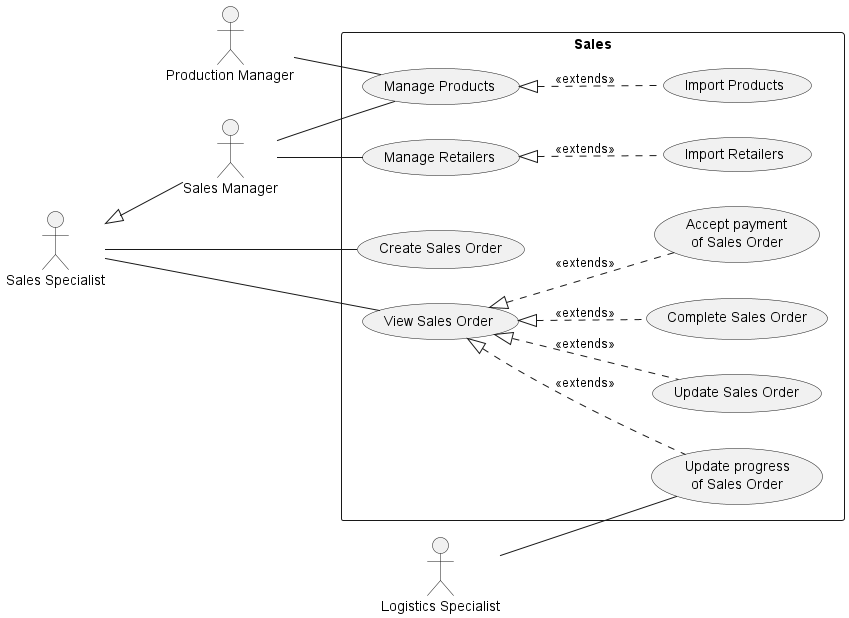
The PlantUML diagram use-cases/Sales.png in phihungha/scmss-reqs, before a commit.
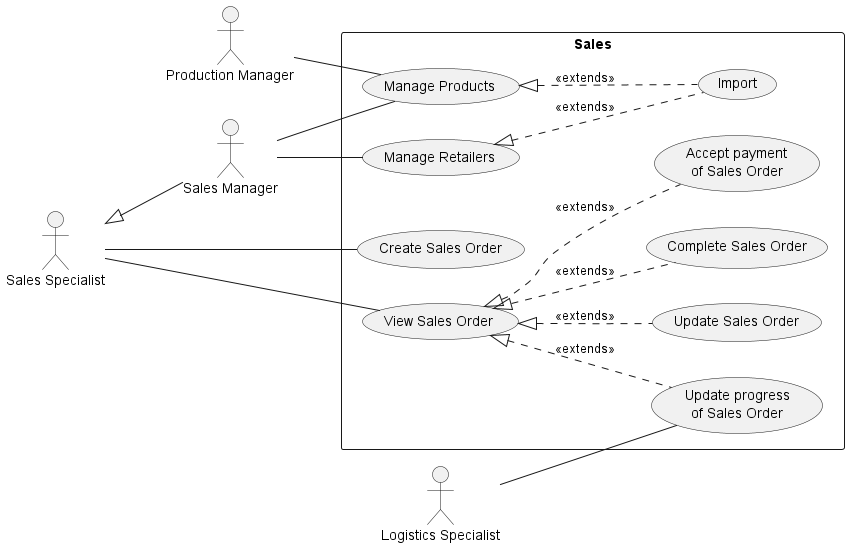
After the commit.

Commit message:
Combine import use cases

Diff of the diagram source:
```diff
@@ -21,8 +21,8 @@
 
     pm -- (Manage Products)
     sm -- (Manage Products)
-    (Manage Products) <|.. (Import Products) : <<extends>>
+    (Manage Products) <|.. (Import) : <<extends>>
     sm -- (Manage Retailers)
-    (Manage Retailers) <|.. (Import Retailers) : <<extends>>
+    (Manage Retailers) <|.. (Import) : <<extends>>
 }
 @enduml
```
